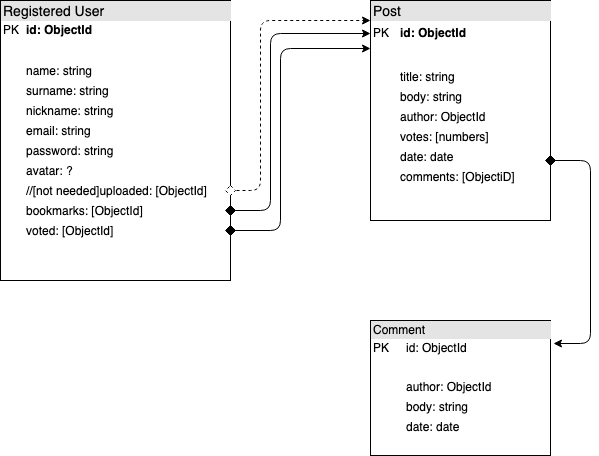
The draw.io diagram staff/juan-bovo/vltra/vltra-doc/images/vltra-data-model.png in b00tc4mp/skylab-bootcamp-201907, before a commit. Source tidied: cells renumbered, new cells last; positions are measured from the earlier drawing's top-left corner, leaving out a move shared by most shapes.
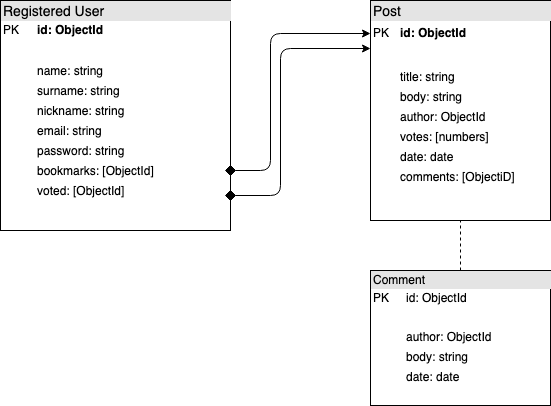
After the commit.

What changed in the source:
```diff
@@ -2,63 +2,39 @@
   <root>
     <mxCell id="0" />
     <mxCell id="1" parent="0" />
-    <mxCell id="2" value="&lt;div style=&quot;box-sizing: border-box ; width: 100% ; background: #e4e4e4 ; padding: 2px&quot;&gt;&lt;font style=&quot;font-size: 14px&quot;&gt;Registered User&lt;/font&gt;&lt;/div&gt;&lt;table style=&quot;width: 100% ; font-size: 1em&quot; cellpadding=&quot;2&quot; cellspacing=&quot;0&quot;&gt;&lt;tbody&gt;&lt;tr&gt;&lt;td&gt;PK&lt;/td&gt;&lt;td&gt;&lt;b&gt;id: ObjectId&lt;/b&gt;&lt;/td&gt;&lt;/tr&gt;&lt;tr&gt;&lt;td&gt;&lt;br&gt;&lt;/td&gt;&lt;td style=&quot;line-height: 170%&quot;&gt;&lt;br&gt;name: string&lt;br&gt;surname: string&lt;br&gt;nickname: string&lt;br&gt;email: string&lt;br&gt;password: string&lt;br&gt;avatar: ?&lt;br&gt;//[not needed]uploaded: [ObjectId]&lt;br&gt;bookmarks: [ObjectId]&lt;br&gt;voted: [ObjectId]&lt;/td&gt;&lt;/tr&gt;&lt;/tbody&gt;&lt;/table&gt;" style="verticalAlign=top;align=left;overflow=fill;html=1;" parent="1" vertex="1">
-      <mxGeometry width="230" height="280" as="geometry" />
+    <mxCell id="2" value="&lt;div style=&quot;box-sizing: border-box ; width: 100% ; background: #e4e4e4 ; padding: 2px&quot;&gt;&lt;font style=&quot;font-size: 14px&quot;&gt;Registered User&lt;/font&gt;&lt;/div&gt;&lt;table style=&quot;width: 100% ; font-size: 1em&quot; cellpadding=&quot;2&quot; cellspacing=&quot;0&quot;&gt;&lt;tbody&gt;&lt;tr&gt;&lt;td&gt;PK&lt;/td&gt;&lt;td&gt;&lt;b&gt;id: ObjectId&lt;/b&gt;&lt;/td&gt;&lt;/tr&gt;&lt;tr&gt;&lt;td&gt;&lt;br&gt;&lt;/td&gt;&lt;td style=&quot;line-height: 170%&quot;&gt;&lt;br&gt;name: string&lt;br&gt;surname: string&lt;br&gt;nickname: string&lt;br&gt;email: string&lt;br&gt;password: string&lt;br&gt;bookmarks: [ObjectId]&lt;br&gt;voted: [ObjectId]&lt;/td&gt;&lt;/tr&gt;&lt;/tbody&gt;&lt;/table&gt;" style="verticalAlign=top;align=left;overflow=fill;html=1;" parent="1" vertex="1">
+      <mxGeometry width="230" height="230" as="geometry" />
     </mxCell>
     <mxCell id="3" value="&lt;div style=&quot;box-sizing: border-box ; width: 100% ; background: #e4e4e4 ; padding: 2px&quot;&gt;&lt;font style=&quot;font-size: 14px&quot;&gt;Post&lt;/font&gt;&lt;/div&gt;&lt;table style=&quot;width: 100% ; font-size: 1em&quot; cellpadding=&quot;2&quot; cellspacing=&quot;0&quot;&gt;&lt;tbody style=&quot;line-height: 170%&quot;&gt;&lt;tr&gt;&lt;td&gt;PK&lt;/td&gt;&lt;td&gt;&lt;b&gt;id: ObjectId&lt;/b&gt;&lt;/td&gt;&lt;/tr&gt;&lt;tr&gt;&lt;td&gt;&lt;br&gt;&lt;/td&gt;&lt;td&gt;&lt;br&gt;title: string&lt;br&gt;body: string&lt;br&gt;author: ObjectId&lt;br&gt;votes: [numbers]&lt;br&gt;date: date&lt;br&gt;comments: [ObjectiD]&lt;/td&gt;&lt;/tr&gt;&lt;tr&gt;&lt;td&gt;&lt;/td&gt;&lt;td&gt;&lt;br&gt;&lt;/td&gt;&lt;/tr&gt;&lt;/tbody&gt;&lt;/table&gt;" style="verticalAlign=top;align=left;overflow=fill;html=1;" parent="1" vertex="1">
       <mxGeometry x="370" width="180" height="220" as="geometry" />
     </mxCell>
-    <mxCell id="4" style="edgeStyle=segmentEdgeStyle;endArrow=classic;html=1;dashed=1;" parent="1" edge="1">
-      <mxGeometry relative="1" as="geometry">
-        <mxPoint x="230" y="190" as="sourcePoint" />
-        <mxPoint x="370" y="20" as="targetPoint" />
-        <Array as="points">
-          <mxPoint x="260" y="190" />
-          <mxPoint x="260" y="20" />
-        </Array>
-      </mxGeometry>
-    </mxCell>
-    <mxCell id="5" style="edgeStyle=segmentEdgeStyle;endArrow=classic;html=1;exitX=1;exitY=0.75;exitDx=0;exitDy=0;" parent="1" edge="1" source="2" target="3">
+    <mxCell id="5" style="edgeStyle=segmentEdgeStyle;endArrow=classic;html=1;exitX=1;exitY=0.5;exitDx=0;exitDy=0;" parent="1" edge="1" source="7" target="3">
       <mxGeometry relative="1" as="geometry">
         <Array as="points">
-          <mxPoint x="270" y="210" />
+          <mxPoint x="270" y="170" />
           <mxPoint x="270" y="33" />
         </Array>
       </mxGeometry>
     </mxCell>
-    <mxCell id="6" style="edgeStyle=segmentEdgeStyle;endArrow=classic;html=1;" parent="1" edge="1" target="3">
+    <mxCell id="6" style="edgeStyle=segmentEdgeStyle;endArrow=classic;html=1;exitX=1;exitY=0.5;exitDx=0;exitDy=0;" parent="1" edge="1" source="8" target="3">
       <mxGeometry relative="1" as="geometry">
-        <mxPoint x="230" y="230" as="sourcePoint" />
         <Array as="points">
-          <mxPoint x="280" y="230" />
+          <mxPoint x="280" y="195" />
           <mxPoint x="280" y="48" />
         </Array>
       </mxGeometry>
     </mxCell>
     <mxCell id="7" style="rhombus;whiteSpace=wrap;html=1;fillColor=#000000;" parent="1" vertex="1">
-      <mxGeometry x="225" y="205" width="10" height="10" as="geometry" />
+      <mxGeometry x="225" y="165" width="10" height="10" as="geometry" />
     </mxCell>
     <mxCell id="8" style="rhombus;whiteSpace=wrap;html=1;fillColor=#000000;" parent="1" vertex="1">
-      <mxGeometry x="225" y="225" width="10" height="10" as="geometry" />
+      <mxGeometry x="225" y="190" width="10" height="10" as="geometry" />
     </mxCell>
-    <mxCell id="9" style="rhombus;whiteSpace=wrap;html=1;fillColor=#FFFFFF;dashed=1;" parent="1" vertex="1">
-      <mxGeometry x="225" y="185" width="10" height="10" as="geometry" />
-    </mxCell>
     <mxCell id="10" value="&lt;div style=&quot;box-sizing: border-box ; width: 100% ; background: #e4e4e4 ; padding: 2px&quot;&gt;Comment&lt;/div&gt;&lt;table style=&quot;width: 100% ; font-size: 1em&quot; cellpadding=&quot;2&quot; cellspacing=&quot;0&quot;&gt;&lt;tbody&gt;&lt;tr&gt;&lt;td&gt;PK&lt;/td&gt;&lt;td&gt;id: ObjectId&lt;/td&gt;&lt;/tr&gt;&lt;tr&gt;&lt;td&gt;&lt;br&gt;&lt;/td&gt;&lt;td&gt;&lt;br&gt;&lt;/td&gt;&lt;/tr&gt;&lt;tr&gt;&lt;td&gt;&lt;/td&gt;&lt;td style=&quot;line-height: 170%&quot;&gt;author: ObjectId &lt;br&gt;body: string&lt;br&gt;date: date&lt;/td&gt;&lt;/tr&gt;&lt;/tbody&gt;&lt;/table&gt;" style="verticalAlign=top;align=left;overflow=fill;html=1;fillColor=#FFFFFF;" parent="1" vertex="1">
-      <mxGeometry x="370" y="320" width="180" height="135" as="geometry" />
+      <mxGeometry x="370" y="270" width="180" height="135" as="geometry" />
     </mxCell>
-    <mxCell id="11" style="edgeStyle=elbowEdgeStyle;elbow=horizontal;endArrow=classic;html=1;entryX=1.017;entryY=0.17;entryDx=0;entryDy=0;entryPerimeter=0;" parent="1" edge="1" target="10">
-      <mxGeometry relative="1" as="geometry">
-        <mxPoint x="550" y="160" as="sourcePoint" />
-        <Array as="points">
-          <mxPoint x="590" y="250" />
-          <mxPoint x="600" y="250" />
-          <mxPoint x="680" y="254" />
-        </Array>
-      </mxGeometry>
-    </mxCell>
-    <mxCell id="12" style="rhombus;whiteSpace=wrap;html=1;fillColor=#000000;" parent="1" vertex="1">
-      <mxGeometry x="545" y="155" width="10" height="10" as="geometry" />
-    </mxCell>
+    <mxCell id="13" style="endArrow=none;dashed=1;html=1;entryX=0.5;entryY=1;entryDx=0;entryDy=0;exitX=0.5;exitY=0;exitDx=0;exitDy=0;" parent="1" edge="1" source="10" target="3">
+      <mxGeometry relative="1" as="geometry" />
+    </mxCell>
   </root>
 </mxGraphModel>
```
